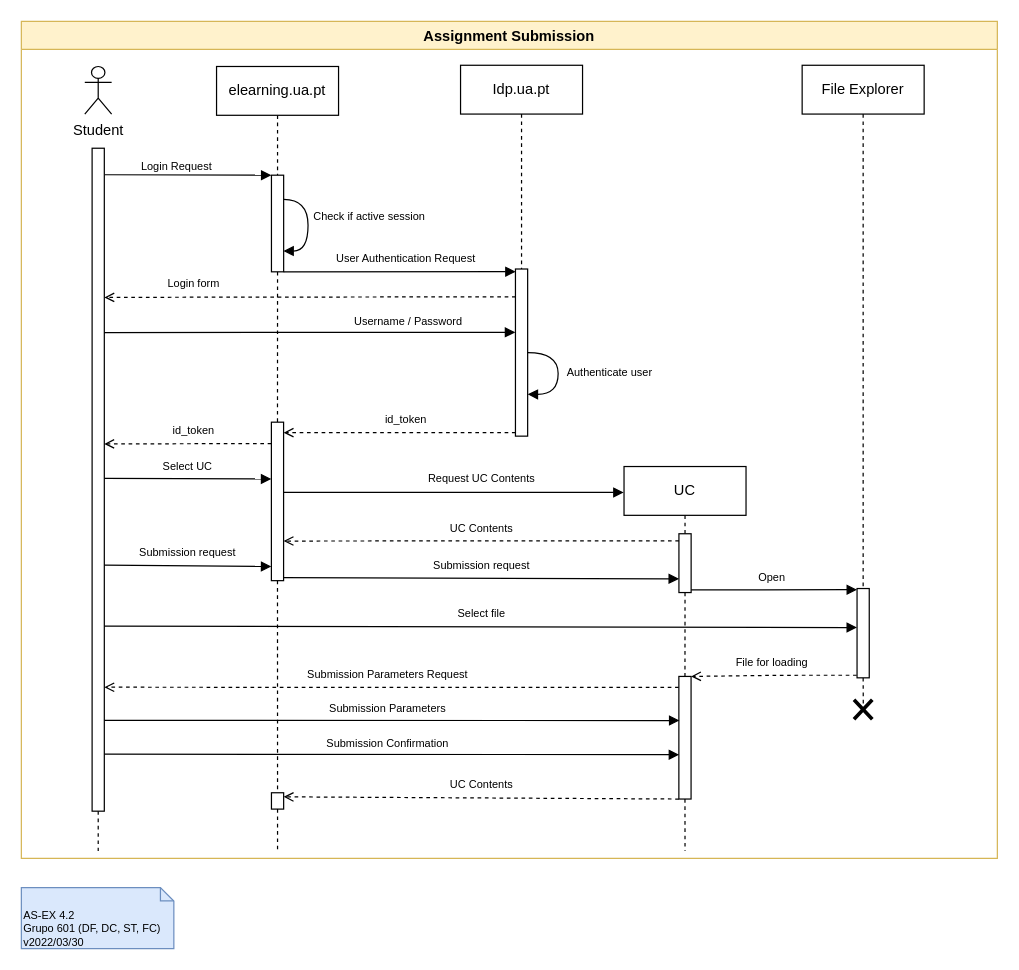
The draw.io diagram page "4.2" (1 of 4) of P/P04/P4.drawio in DavidAraujo98/AS, before the edit. Source tidied: cells renumbered, new cells numbered last; positions are measured from the earlier drawing's top-left corner, leaving out a move shared by most shapes. Both pictures are drawn from the tidied source at 122%, with x=0, y=0 at pixel (-234, 21).
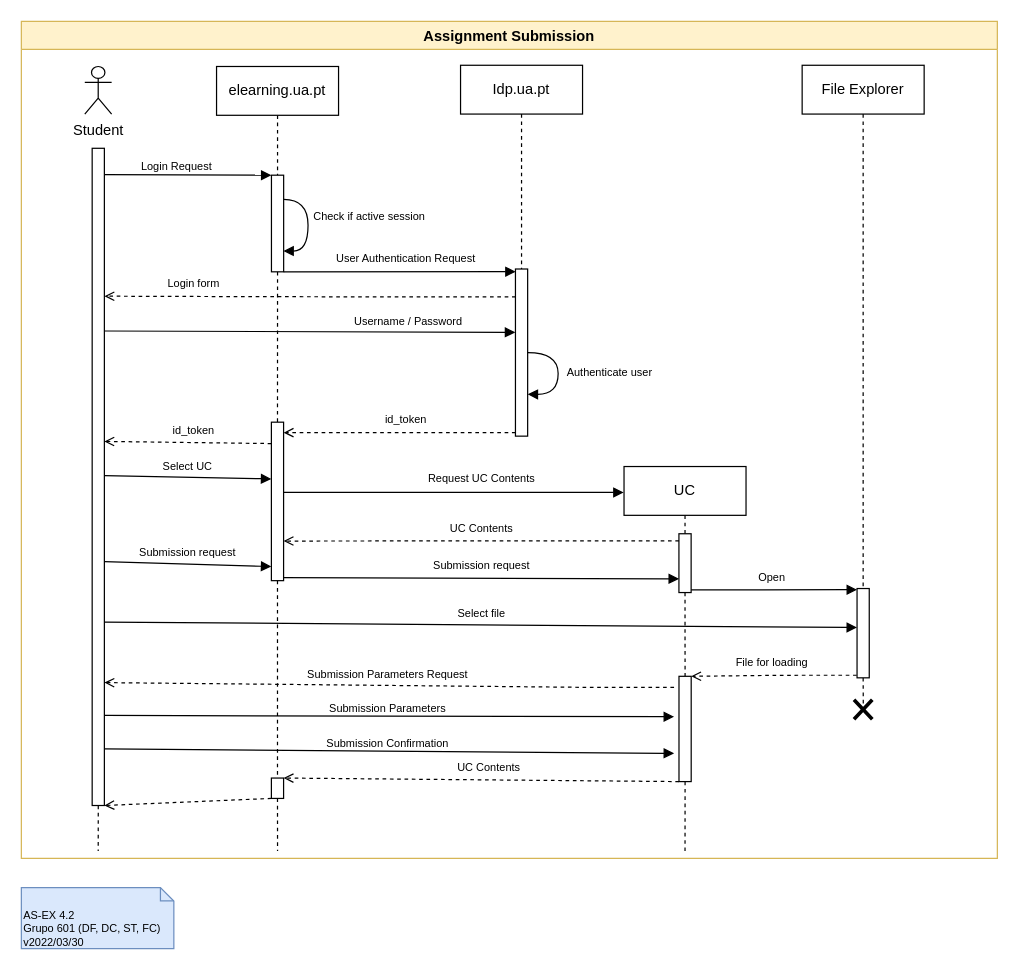
The same page after the edit.

The change refers to these unchanged cells:
```xml
<mxCell id="2" value="Assignment Submission" style="swimlane;swimlaneLine=1;fillColor=#fff2cc;strokeColor=#d6b656;" parent="1" vertex="1">
  <mxGeometry x="209" width="800" height="686" as="geometry" />
</mxCell>
```

The edit, as a diff of the source:
```diff
@@
     <mxCell id="19" style="rounded=0;whiteSpace=wrap;html=1;rotation=90;" parent="2" vertex="1">
-      <mxGeometry x="-208.7" y="370.7" width="543.4" height="10" as="geometry" />
+      <mxGeometry x="-206.3" y="368.4" width="538.7" height="10" as="geometry" />
     </mxCell>
@@
     <mxCell id="51" style="rounded=0;whiteSpace=wrap;html=1;rotation=90;" parent="2" vertex="1">
-      <mxGeometry x="493.7" y="582.2" width="100.5" height="10" as="geometry" />
+      <mxGeometry x="500.9" y="575" width="86.3" height="10" as="geometry" />
     </mxCell>
@@
-    <mxCell id="56" style="rounded=0;jettySize=auto;html=1;fontSize=10;endArrow=open;endFill=0;dashed=1;exitX=0.089;exitY=1.012;exitDx=0;exitDy=0;exitPerimeter=0;entryX=0.813;entryY=-0.002;entryDx=0;entryDy=0;entryPerimeter=0;" parent="2" edge="1" source="51" target="19">
+    <mxCell id="56" style="rounded=0;jettySize=auto;html=1;fontSize=10;endArrow=open;endFill=0;dashed=1;entryX=0.813;entryY=-0.002;entryDx=0;entryDy=0;entryPerimeter=0;" parent="2" edge="1" target="19">
       <mxGeometry relative="1" as="geometry">
+        <mxPoint x="535" y="546" as="sourcePoint" />
         <Array as="points">
           <mxPoint x="471.5" y="546" />
         </Array>
       </mxGeometry>
     </mxCell>
@@
-    <mxCell id="58" style="endArrow=block;html=1;rounded=0;fontSize=10;endFill=1;exitX=0.863;exitY=0.002;exitDx=0;exitDy=0;exitPerimeter=0;entryX=0.36;entryY=0.954;entryDx=0;entryDy=0;entryPerimeter=0;" parent="2" edge="1" source="19" target="51">
-      <mxGeometry relative="1" as="geometry" />
+    <mxCell id="58" style="endArrow=block;html=1;rounded=0;fontSize=10;endFill=1;exitX=0.863;exitY=0.002;exitDx=0;exitDy=0;exitPerimeter=0;" parent="2" edge="1" source="19">
+      <mxGeometry relative="1" as="geometry">
+        <mxPoint x="535" y="570" as="targetPoint" />
+      </mxGeometry>
     </mxCell>
@@
-    <mxCell id="60" style="endArrow=block;html=1;rounded=0;fontSize=10;endFill=1;entryX=0.638;entryY=0.977;entryDx=0;entryDy=0;entryPerimeter=0;exitX=0.914;exitY=0.001;exitDx=0;exitDy=0;exitPerimeter=0;" parent="2" edge="1" source="19" target="51">
-      <mxGeometry relative="1" as="geometry" />
+    <mxCell id="60" style="endArrow=block;html=1;rounded=0;fontSize=10;endFill=1;exitX=0.914;exitY=0.001;exitDx=0;exitDy=0;exitPerimeter=0;" parent="2" edge="1" source="19">
+      <mxGeometry relative="1" as="geometry">
+        <mxPoint x="535" y="600" as="targetPoint" />
+      </mxGeometry>
     </mxCell>
@@
-    <mxCell id="62" style="rounded=0;jettySize=auto;html=1;fontSize=10;endArrow=open;endFill=0;dashed=1;entryX=0.25;entryY=0;entryDx=0;entryDy=0;exitX=1;exitY=1;exitDx=0;exitDy=0;" parent="2" edge="1" source="51" target="64">
+    <mxCell id="62" style="rounded=0;jettySize=auto;html=1;fontSize=10;endArrow=open;endFill=0;dashed=1;entryX=0;entryY=0;entryDx=0;entryDy=0;exitX=1;exitY=1;exitDx=0;exitDy=0;" parent="2" edge="1" source="51" target="64">
       <mxGeometry relative="1" as="geometry" />
     </mxCell>
     <mxCell id="63" value="UC Contents" style="text;html=1;align=center;verticalAlign=middle;strokeColor=none;fillColor=none;fontSize=9;" parent="2" vertex="1">
-      <mxGeometry x="341.5" y="616" width="70" height="20" as="geometry" />
+      <mxGeometry x="348" y="602" width="70" height="20" as="geometry" />
     </mxCell>
+    <mxCell id="69" style="rounded=0;jettySize=auto;html=1;exitX=1;exitY=1;exitDx=0;exitDy=0;entryX=1;entryY=0;entryDx=0;entryDy=0;dashed=1;labelBackgroundColor=none;fontSize=9;endArrow=open;endFill=0;" parent="2" edge="1" source="64" target="19">
+      <mxGeometry relative="1" as="geometry" />
+    </mxCell>
     <mxCell id="64" style="rounded=0;whiteSpace=wrap;html=1;rotation=90;" parent="2" vertex="1">
-      <mxGeometry x="203.3" y="634" width="13.4" height="10" as="geometry" />
+      <mxGeometry x="201.6" y="623.6" width="16.7" height="10" as="geometry" />
     </mxCell>
```
